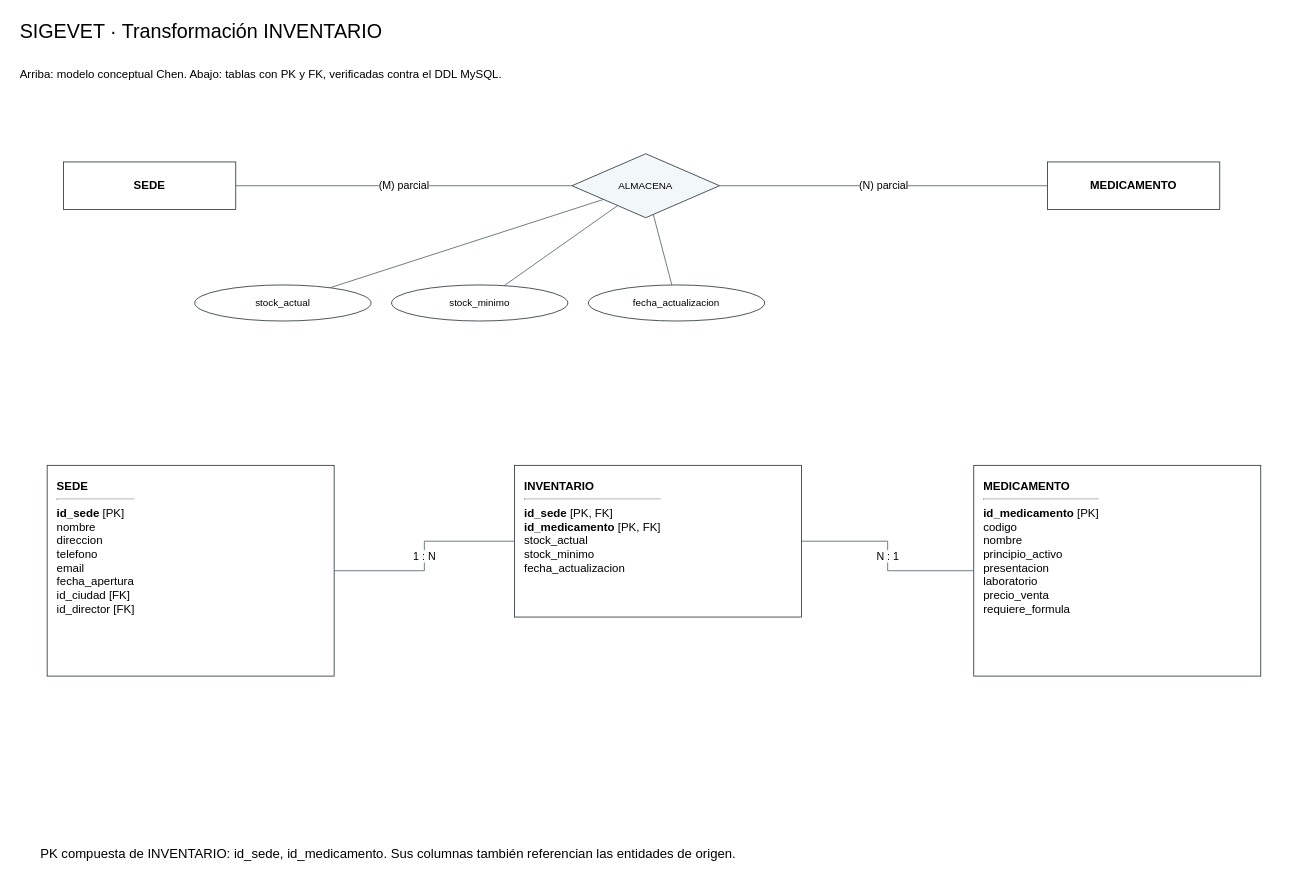
The draw.io diagram documentos/fase1/diagramas_drawio/07_Transformacion_NM_INVENTARIO.drawio in Estarlan/proyecto-bd1-sigevet, before the edit. Source tidied: cells renumbered, new cells numbered last; positions are measured from the earlier drawing's top-left corner, leaving out a move shared by most shapes. Both pictures are drawn from the tidied source at 82%, with x=0, y=0 at pixel (18, 14).
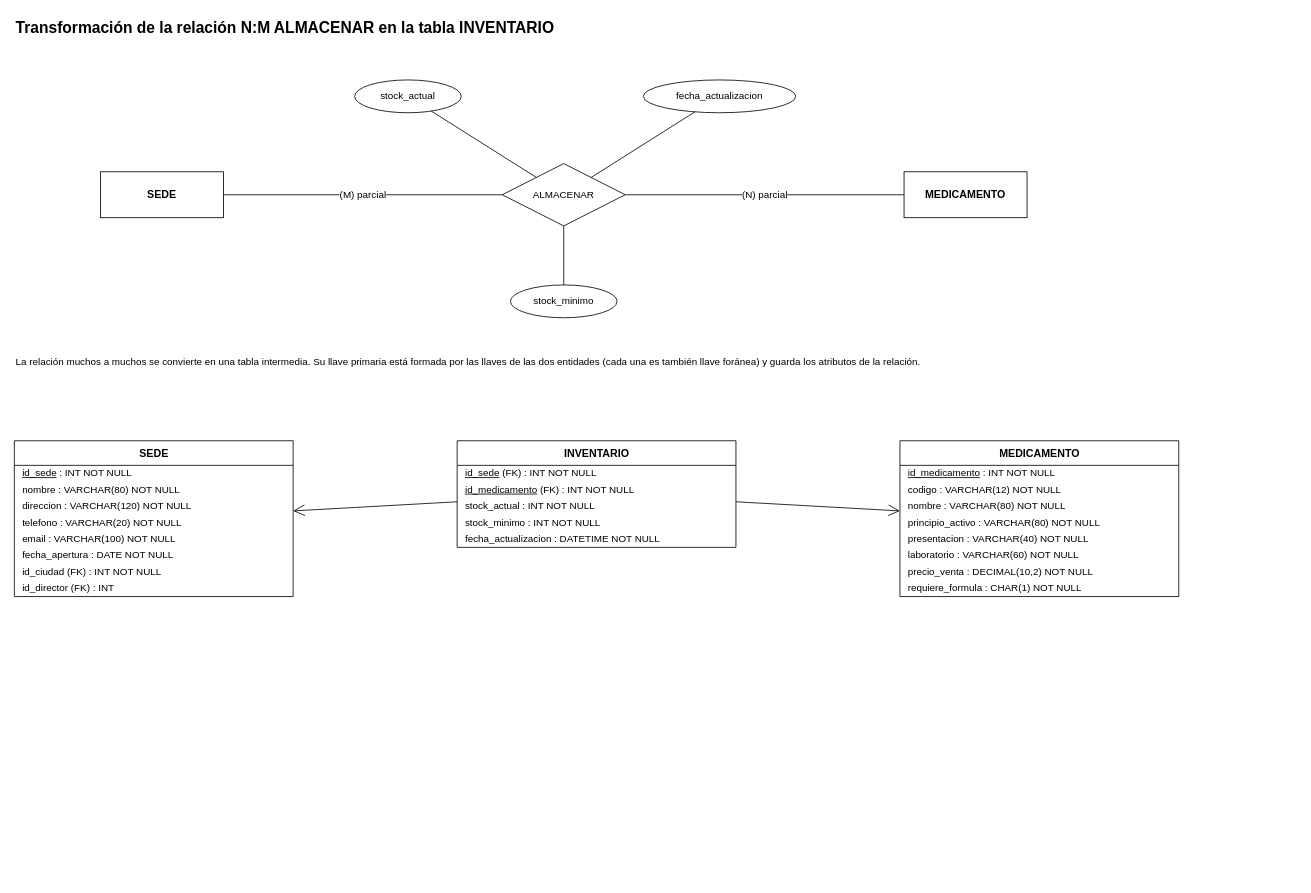
The same page after the edit.

The edit, as a diff of the source:
```diff
@@
-<mxGraphModel background="#ffffff">
+<mxGraphModel>
@@
-    <mxCell id="2" value="SIGEVET · Transformación INVENTARIO" style="html=1;whiteSpace=wrap;fontFamily=Arial;fontSize=14;strokeColor=#263238;fillColor=#ffffff;text;strokeColor=none;fillColor=none;align=left;verticalAlign=middle;fontSize=24;" parent="1" vertex="1">
-      <mxGeometry width="1560" height="42" as="geometry" />
-    </mxCell>
-    <mxCell id="3" value="Arriba: modelo conceptual Chen. Abajo: tablas con PK y FK, verificadas contra el DDL MySQL." style="html=1;whiteSpace=wrap;fontFamily=Arial;fontSize=14;strokeColor=#263238;fillColor=#ffffff;text;strokeColor=none;fillColor=none;align=left;verticalAlign=middle;fontSize=14;" parent="1" vertex="1">
-      <mxGeometry y="45" width="1560" height="55" as="geometry" />
+    <mxCell id="3" value="Transformación de la relación N:M ALMACENAR en la tabla INVENTARIO" style="text;html=1;align=left;verticalAlign=middle;fillColor=none;strokeColor=none;fontSize=19;fontStyle=1;" parent="1" vertex="1">
+      <mxGeometry x="-5" width="1420" height="34" as="geometry" />
     </mxCell>
-    <mxCell id="4" value="SEDE" style="html=1;whiteSpace=wrap;fontFamily=Arial;fontSize=14;strokeColor=#263238;fillColor=#ffffff;rounded=0;fontStyle=1;" parent="1" vertex="1">
-      <mxGeometry x="55" y="180" width="210" height="58" as="geometry" />
+    <mxCell id="4" value="SEDE" style="rounded=0;whiteSpace=wrap;html=1;fillColor=none;fontSize=13;fontStyle=1;" parent="1" vertex="1">
+      <mxGeometry x="100" y="192" width="150" height="56" as="geometry" />
     </mxCell>
-    <mxCell id="5" value="MEDICAMENTO" style="html=1;whiteSpace=wrap;fontFamily=Arial;fontSize=14;strokeColor=#263238;fillColor=#ffffff;rounded=0;fontStyle=1;" parent="1" vertex="1">
-      <mxGeometry x="1255" y="180" width="210" height="58" as="geometry" />
+    <mxCell id="5" value="MEDICAMENTO" style="rounded=0;whiteSpace=wrap;html=1;fillColor=none;fontSize=13;fontStyle=1;" parent="1" vertex="1">
+      <mxGeometry x="1080" y="192" width="150" height="56" as="geometry" />
     </mxCell>
-    <mxCell id="6" value="ALMACENA" style="html=1;whiteSpace=wrap;fontFamily=Arial;fontSize=14;strokeColor=#263238;fillColor=#ffffff;rhombus;fontSize=12;fillColor=#f2f7fa;" parent="1" vertex="1">
-      <mxGeometry x="675" y="170" width="180" height="78" as="geometry" />
+    <mxCell id="6" value="ALMACENAR" style="rhombus;whiteSpace=wrap;html=1;fillColor=none;fontSize=12;" parent="1" vertex="1">
+      <mxGeometry x="590" y="182" width="150" height="76" as="geometry" />
     </mxCell>
-    <mxCell id="7" value="(M) parcial" style="html=1;endArrow=none;startArrow=none;fontFamily=Arial;fontSize=13;labelBackgroundColor=#ffffff;strokeColor=#52616b;rounded=0;jumpStyle=arc;" parent="1" edge="1" source="4" target="6">
+    <mxCell id="7" value="(M) parcial" style="html=1;endArrow=none;fontSize=12;labelBackgroundColor=default;" parent="1" edge="1" source="4" target="6">
       <mxGeometry relative="1" as="geometry" />
     </mxCell>
-    <mxCell id="8" value="(N) parcial" style="html=1;endArrow=none;startArrow=none;fontFamily=Arial;fontSize=13;labelBackgroundColor=#ffffff;strokeColor=#52616b;rounded=0;jumpStyle=arc;" parent="1" edge="1" source="6" target="5">
+    <mxCell id="8" value="(N) parcial" style="html=1;endArrow=none;fontSize=12;labelBackgroundColor=default;" parent="1" edge="1" source="6" target="5">
       <mxGeometry relative="1" as="geometry" />
     </mxCell>
-    <mxCell id="9" value="stock_actual" style="html=1;whiteSpace=wrap;fontFamily=Arial;fontSize=14;strokeColor=#263238;fillColor=#ffffff;ellipse;fontSize=12;" parent="1" vertex="1">
-      <mxGeometry x="215" y="330" width="215" height="44" as="geometry" />
+    <mxCell id="9" value="stock_actual" style="ellipse;whiteSpace=wrap;html=1;fillColor=none;fontSize=12;" parent="1" vertex="1">
+      <mxGeometry x="410" y="80" width="130" height="40" as="geometry" />
     </mxCell>
-    <mxCell id="10" style="html=1;endArrow=none;startArrow=none;fontFamily=Arial;fontSize=13;labelBackgroundColor=#ffffff;strokeColor=#52616b;rounded=0;jumpStyle=arc;" parent="1" edge="1" source="6" target="9">
+    <mxCell id="10" style="html=1;endArrow=none;fontSize=12;labelBackgroundColor=default;" parent="1" edge="1" source="6" target="9">
       <mxGeometry relative="1" as="geometry" />
     </mxCell>
-    <mxCell id="11" value="stock_minimo" style="html=1;whiteSpace=wrap;fontFamily=Arial;fontSize=14;strokeColor=#263238;fillColor=#ffffff;ellipse;fontSize=12;" parent="1" vertex="1">
-      <mxGeometry x="455" y="330" width="215" height="44" as="geometry" />
+    <mxCell id="11" value="stock_minimo" style="ellipse;whiteSpace=wrap;html=1;fillColor=none;fontSize=12;" parent="1" vertex="1">
+      <mxGeometry x="600" y="330" width="130" height="40" as="geometry" />
     </mxCell>
-    <mxCell id="12" style="html=1;endArrow=none;startArrow=none;fontFamily=Arial;fontSize=13;labelBackgroundColor=#ffffff;strokeColor=#52616b;rounded=0;jumpStyle=arc;" parent="1" edge="1" source="6" target="11">
+    <mxCell id="12" style="html=1;endArrow=none;fontSize=12;labelBackgroundColor=default;" parent="1" edge="1" source="6" target="11">
       <mxGeometry relative="1" as="geometry" />
     </mxCell>
-    <mxCell id="13" value="fecha_actualizacion" style="html=1;whiteSpace=wrap;fontFamily=Arial;fontSize=14;strokeColor=#263238;fillColor=#ffffff;ellipse;fontSize=12;" parent="1" vertex="1">
-      <mxGeometry x="695" y="330" width="215" height="44" as="geometry" />
+    <mxCell id="13" value="fecha_actualizacion" style="ellipse;whiteSpace=wrap;html=1;fillColor=none;fontSize=12;" parent="1" vertex="1">
+      <mxGeometry x="762" y="80" width="186" height="40" as="geometry" />
     </mxCell>
-    <mxCell id="14" style="html=1;endArrow=none;startArrow=none;fontFamily=Arial;fontSize=13;labelBackgroundColor=#ffffff;strokeColor=#52616b;rounded=0;jumpStyle=arc;" parent="1" edge="1" source="6" target="13">
+    <mxCell id="14" style="html=1;endArrow=none;fontSize=12;labelBackgroundColor=default;" parent="1" edge="1" source="6" target="13">
       <mxGeometry relative="1" as="geometry" />
     </mxCell>
-    <mxCell id="15" value="&lt;b&gt;SEDE&lt;/b&gt;&lt;hr&gt;&lt;b&gt;id_sede&lt;/b&gt; [PK]&lt;br&gt;nombre&lt;br&gt;direccion&lt;br&gt;telefono&lt;br&gt;email&lt;br&gt;fecha_apertura&lt;br&gt;id_ciudad [FK]&lt;br&gt;id_director [FK]" style="html=1;whiteSpace=wrap;fontFamily=Arial;fontSize=14;strokeColor=#263238;fillColor=#ffffff;align=left;verticalAlign=top;spacing=12;" parent="1" vertex="1">
-      <mxGeometry x="35" y="550" width="350" height="257" as="geometry" />
+    <mxCell id="15" value="La relación muchos a muchos se convierte en una tabla intermedia. Su llave primaria está formada por las llaves de las dos entidades (cada una es también llave foránea) y guarda los atributos de la relación." style="text;html=1;align=left;verticalAlign=top;whiteSpace=wrap;fillColor=none;strokeColor=none;fontSize=12;" parent="1" vertex="1">
+      <mxGeometry x="-5" y="410" width="1400" height="50" as="geometry" />
     </mxCell>
-    <mxCell id="16" value="&lt;b&gt;MEDICAMENTO&lt;/b&gt;&lt;hr&gt;&lt;b&gt;id_medicamento&lt;/b&gt; [PK]&lt;br&gt;codigo&lt;br&gt;nombre&lt;br&gt;principio_activo&lt;br&gt;presentacion&lt;br&gt;laboratorio&lt;br&gt;precio_venta&lt;br&gt;requiere_formula" style="html=1;whiteSpace=wrap;fontFamily=Arial;fontSize=14;strokeColor=#263238;fillColor=#ffffff;align=left;verticalAlign=top;spacing=12;" parent="1" vertex="1">
-      <mxGeometry x="1165" y="550" width="350" height="257" as="geometry" />
+    <mxCell id="16" value="SEDE" style="swimlane;fontStyle=1;horizontal=1;startSize=30;html=1;fillColor=none;swimlaneFillColor=none;fontSize=13;" parent="1" vertex="1">
+      <mxGeometry x="-5" y="520" width="340" height="190" as="geometry" />
     </mxCell>
-    <mxCell id="17" value="&lt;b&gt;INVENTARIO&lt;/b&gt;&lt;hr&gt;&lt;b&gt;id_sede&lt;/b&gt; [PK, FK]&lt;br&gt;&lt;b&gt;id_medicamento&lt;/b&gt; [PK, FK]&lt;br&gt;stock_actual&lt;br&gt;stock_minimo&lt;br&gt;fecha_actualizacion" style="html=1;whiteSpace=wrap;fontFamily=Arial;fontSize=14;strokeColor=#263238;fillColor=#ffffff;align=left;verticalAlign=top;spacing=12;" parent="1" vertex="1">
-      <mxGeometry x="605" y="550" width="350" height="185" as="geometry" />
+    <mxCell id="17" value="&lt;u&gt;id_sede&lt;/u&gt; : INT NOT NULL" style="text;html=1;fillColor=none;strokeColor=none;align=left;verticalAlign=middle;spacingLeft=8;fontSize=12;" parent="16" vertex="1">
+      <mxGeometry y="30" width="340" height="20" as="geometry" />
     </mxCell>
-    <mxCell id="18" value="1 : N" style="html=1;endArrow=none;startArrow=none;fontFamily=Arial;fontSize=13;labelBackgroundColor=#ffffff;strokeColor=#52616b;rounded=0;jumpStyle=arc;edgeStyle=orthogonalEdgeStyle;" parent="1" edge="1" source="15" target="17">
-      <mxGeometry relative="1" as="geometry" />
+    <mxCell id="18" value="nombre : VARCHAR(80) NOT NULL" style="text;html=1;fillColor=none;strokeColor=none;align=left;verticalAlign=middle;spacingLeft=8;fontSize=12;" parent="16" vertex="1">
+      <mxGeometry y="50" width="340" height="20" as="geometry" />
     </mxCell>
-    <mxCell id="19" value="N : 1" style="html=1;endArrow=none;startArrow=none;fontFamily=Arial;fontSize=13;labelBackgroundColor=#ffffff;strokeColor=#52616b;rounded=0;jumpStyle=arc;edgeStyle=orthogonalEdgeStyle;" parent="1" edge="1" source="17" target="16">
-      <mxGeometry relative="1" as="geometry" />
+    <mxCell id="19" value="direccion : VARCHAR(120) NOT NULL" style="text;html=1;fillColor=none;strokeColor=none;align=left;verticalAlign=middle;spacingLeft=8;fontSize=12;" parent="16" vertex="1">
+      <mxGeometry y="70" width="340" height="20" as="geometry" />
     </mxCell>
-    <mxCell id="20" value="PK compuesta de INVENTARIO: id_sede, id_medicamento. Sus columnas también referencian las entidades de origen." style="html=1;whiteSpace=wrap;fontFamily=Arial;fontSize=14;strokeColor=#263238;fillColor=#ffffff;text;strokeColor=none;fillColor=none;align=left;verticalAlign=middle;fontSize=16;" parent="1" vertex="1">
-      <mxGeometry x="25" y="990" width="1500" height="65" as="geometry" />
+    <mxCell id="20" value="telefono : VARCHAR(20) NOT NULL" style="text;html=1;fillColor=none;strokeColor=none;align=left;verticalAlign=middle;spacingLeft=8;fontSize=12;" parent="16" vertex="1">
+      <mxGeometry y="90" width="340" height="20" as="geometry" />
     </mxCell>
+    <mxCell id="21" value="email : VARCHAR(100) NOT NULL" style="text;html=1;fillColor=none;strokeColor=none;align=left;verticalAlign=middle;spacingLeft=8;fontSize=12;" parent="16" vertex="1">
+      <mxGeometry y="110" width="340" height="20" as="geometry" />
+    </mxCell>
+    <mxCell id="22" value="fecha_apertura : DATE NOT NULL" style="text;html=1;fillColor=none;strokeColor=none;align=left;verticalAlign=middle;spacingLeft=8;fontSize=12;" parent="16" vertex="1">
+      <mxGeometry y="130" width="340" height="20" as="geometry" />
+    </mxCell>
+    <mxCell id="23" value="id_ciudad (FK) : INT NOT NULL" style="text;html=1;fillColor=none;strokeColor=none;align=left;verticalAlign=middle;spacingLeft=8;fontSize=12;" parent="16" vertex="1">
+      <mxGeometry y="150" width="340" height="20" as="geometry" />
+    </mxCell>
+    <mxCell id="24" value="id_director (FK) : INT" style="text;html=1;fillColor=none;strokeColor=none;align=left;verticalAlign=middle;spacingLeft=8;fontSize=12;" parent="16" vertex="1">
+      <mxGeometry y="170" width="340" height="20" as="geometry" />
+    </mxCell>
+    <mxCell id="25" value="INVENTARIO" style="swimlane;fontStyle=1;horizontal=1;startSize=30;html=1;fillColor=none;swimlaneFillColor=none;fontSize=13;" parent="1" vertex="1">
+      <mxGeometry x="535" y="520" width="340" height="130" as="geometry" />
+    </mxCell>
+    <mxCell id="26" value="&lt;u&gt;id_sede&lt;/u&gt; (FK) : INT NOT NULL" style="text;html=1;fillColor=none;strokeColor=none;align=left;verticalAlign=middle;spacingLeft=8;fontSize=12;" parent="25" vertex="1">
+      <mxGeometry y="30" width="340" height="20" as="geometry" />
+    </mxCell>
+    <mxCell id="27" value="&lt;u&gt;id_medicamento&lt;/u&gt; (FK) : INT NOT NULL" style="text;html=1;fillColor=none;strokeColor=none;align=left;verticalAlign=middle;spacingLeft=8;fontSize=12;" parent="25" vertex="1">
+      <mxGeometry y="50" width="340" height="20" as="geometry" />
+    </mxCell>
+    <mxCell id="28" value="stock_actual : INT NOT NULL" style="text;html=1;fillColor=none;strokeColor=none;align=left;verticalAlign=middle;spacingLeft=8;fontSize=12;" parent="25" vertex="1">
+      <mxGeometry y="70" width="340" height="20" as="geometry" />
+    </mxCell>
+    <mxCell id="29" value="stock_minimo : INT NOT NULL" style="text;html=1;fillColor=none;strokeColor=none;align=left;verticalAlign=middle;spacingLeft=8;fontSize=12;" parent="25" vertex="1">
+      <mxGeometry y="90" width="340" height="20" as="geometry" />
+    </mxCell>
+    <mxCell id="30" value="fecha_actualizacion : DATETIME NOT NULL" style="text;html=1;fillColor=none;strokeColor=none;align=left;verticalAlign=middle;spacingLeft=8;fontSize=12;" parent="25" vertex="1">
+      <mxGeometry y="110" width="340" height="20" as="geometry" />
+    </mxCell>
+    <mxCell id="31" value="MEDICAMENTO" style="swimlane;fontStyle=1;horizontal=1;startSize=30;html=1;fillColor=none;swimlaneFillColor=none;fontSize=13;" parent="1" vertex="1">
+      <mxGeometry x="1075" y="520" width="340" height="190" as="geometry" />
+    </mxCell>
+    <mxCell id="32" value="&lt;u&gt;id_medicamento&lt;/u&gt; : INT NOT NULL" style="text;html=1;fillColor=none;strokeColor=none;align=left;verticalAlign=middle;spacingLeft=8;fontSize=12;" parent="31" vertex="1">
+      <mxGeometry y="30" width="340" height="20" as="geometry" />
+    </mxCell>
+    <mxCell id="33" value="codigo : VARCHAR(12) NOT NULL" style="text;html=1;fillColor=none;strokeColor=none;align=left;verticalAlign=middle;spacingLeft=8;fontSize=12;" parent="31" vertex="1">
+      <mxGeometry y="50" width="340" height="20" as="geometry" />
+    </mxCell>
+    <mxCell id="34" value="nombre : VARCHAR(80) NOT NULL" style="text;html=1;fillColor=none;strokeColor=none;align=left;verticalAlign=middle;spacingLeft=8;fontSize=12;" parent="31" vertex="1">
+      <mxGeometry y="70" width="340" height="20" as="geometry" />
+    </mxCell>
+    <mxCell id="35" value="principio_activo : VARCHAR(80) NOT NULL" style="text;html=1;fillColor=none;strokeColor=none;align=left;verticalAlign=middle;spacingLeft=8;fontSize=12;" parent="31" vertex="1">
+      <mxGeometry y="90" width="340" height="20" as="geometry" />
+    </mxCell>
+    <mxCell id="36" value="presentacion : VARCHAR(40) NOT NULL" style="text;html=1;fillColor=none;strokeColor=none;align=left;verticalAlign=middle;spacingLeft=8;fontSize=12;" parent="31" vertex="1">
+      <mxGeometry y="110" width="340" height="20" as="geometry" />
+    </mxCell>
+    <mxCell id="37" value="laboratorio : VARCHAR(60) NOT NULL" style="text;html=1;fillColor=none;strokeColor=none;align=left;verticalAlign=middle;spacingLeft=8;fontSize=12;" parent="31" vertex="1">
+      <mxGeometry y="130" width="340" height="20" as="geometry" />
+    </mxCell>
+    <mxCell id="38" value="precio_venta : DECIMAL(10,2) NOT NULL" style="text;html=1;fillColor=none;strokeColor=none;align=left;verticalAlign=middle;spacingLeft=8;fontSize=12;" parent="31" vertex="1">
+      <mxGeometry y="150" width="340" height="20" as="geometry" />
+    </mxCell>
+    <mxCell id="39" value="requiere_formula : CHAR(1) NOT NULL" style="text;html=1;fillColor=none;strokeColor=none;align=left;verticalAlign=middle;spacingLeft=8;fontSize=12;" parent="31" vertex="1">
+      <mxGeometry y="170" width="340" height="20" as="geometry" />
+    </mxCell>
+    <mxCell id="40" style="html=1;endArrow=none;fontSize=12;labelBackgroundColor=default;endArrow=open;endFill=0;endSize=12;fontSize=11;" parent="1" edge="1" source="25" target="16">
+      <mxGeometry relative="1" as="geometry" />
+    </mxCell>
+    <mxCell id="41" style="html=1;endArrow=none;fontSize=12;labelBackgroundColor=default;endArrow=open;endFill=0;endSize=12;fontSize=11;" parent="1" edge="1" source="25" target="31">
+      <mxGeometry relative="1" as="geometry" />
+    </mxCell>
```
